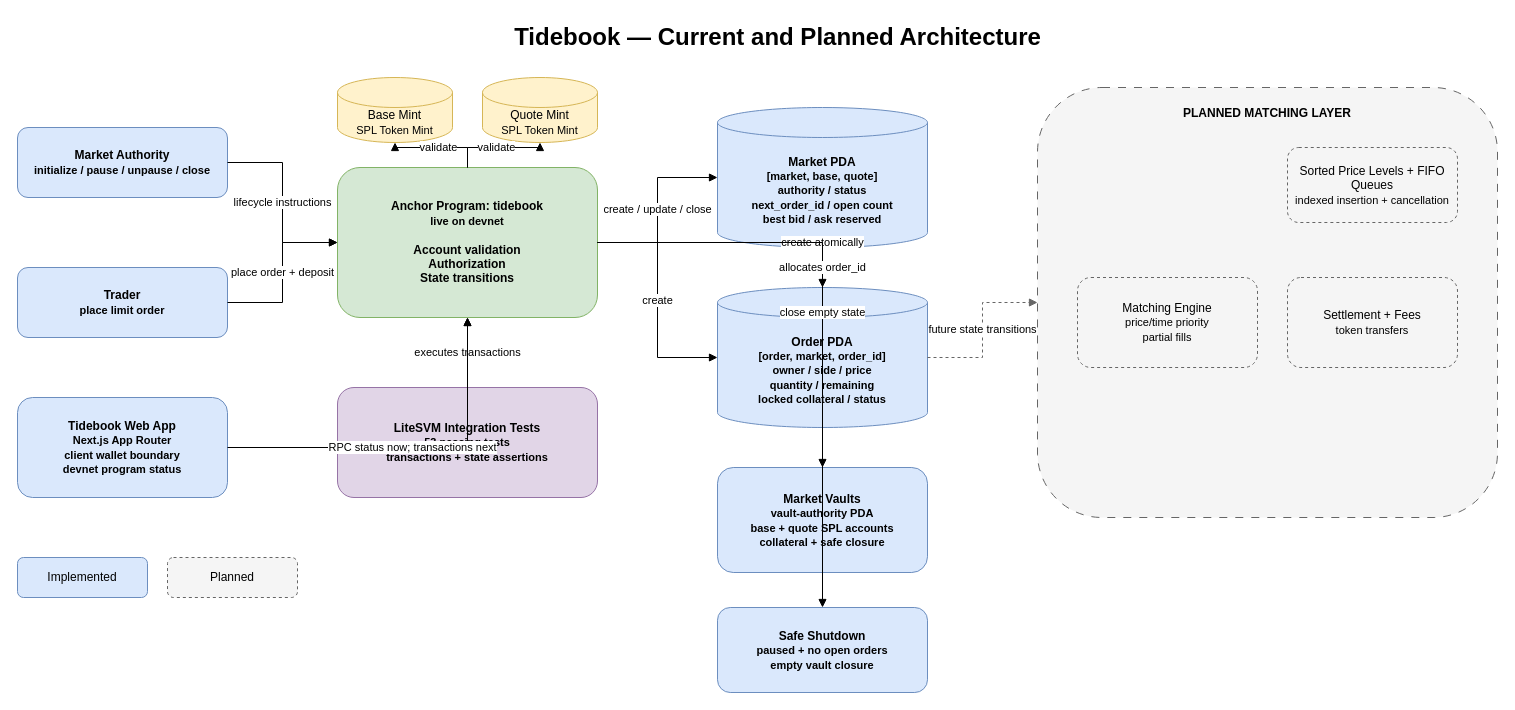
Above: docs/diagrams/tidebook-architecture.drawio in kunal171/tidebook (draw.io), before the change. Source tidied: cells renumbered, new cells numbered last; positions are measured from the earlier drawing's top-left corner, leaving out a move shared by most shapes. Both pictures are drawn from the tidied source at 100%, with x=0, y=0 at pixel (17, 17).
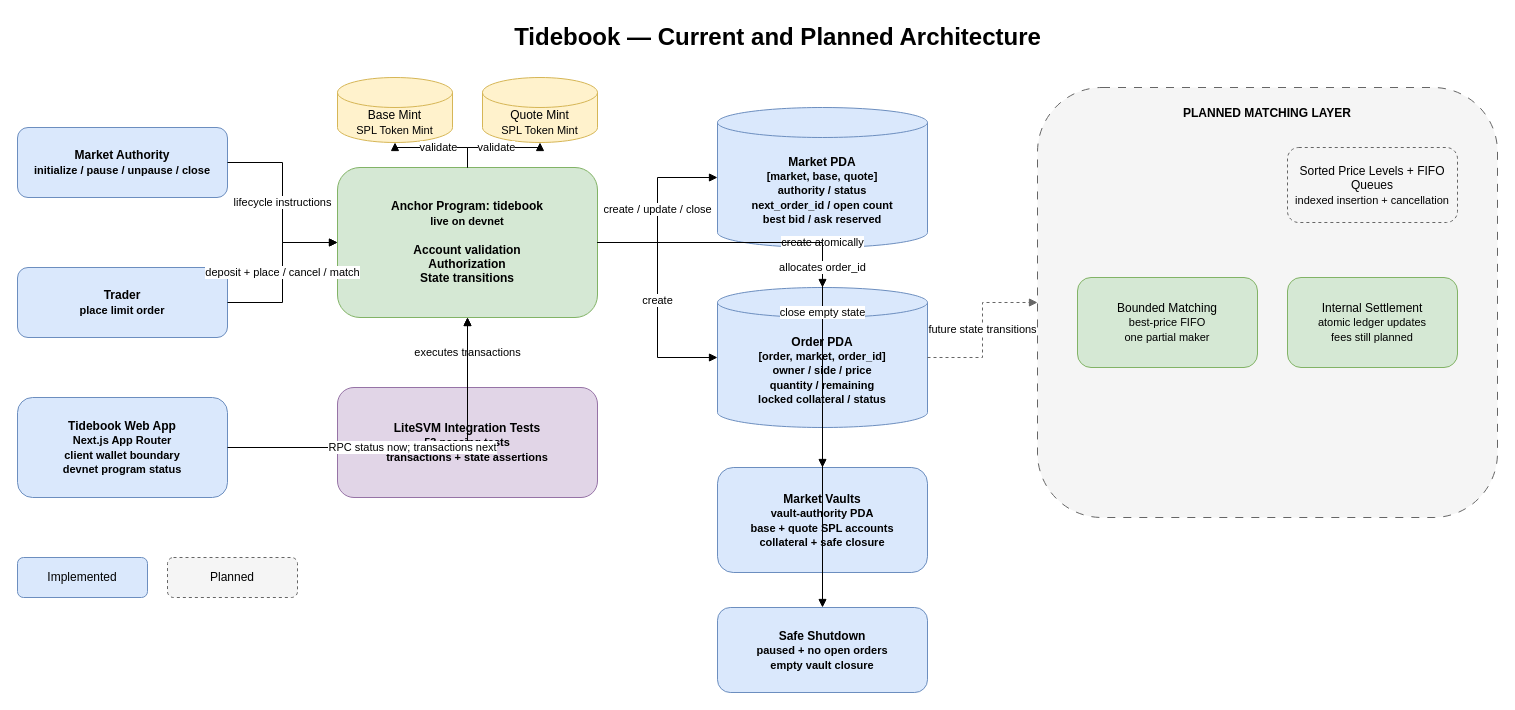
After the change.

Commit message (it also covers changes not shown here):
feat: implement bounded matching for taker fills against best FIFO maker

The change refers to these unchanged cells:
```xml
<mxCell id="4" value="Trader&lt;br&gt;&lt;font style=&quot;font-size: 11px;&quot;&gt;place limit order&lt;/font&gt;" style="rounded=1;whiteSpace=wrap;html=1;fillColor=#dae8fc;strokeColor=#6c8ebf;fontStyle=1;" parent="1" vertex="1">
  <mxGeometry y="250" width="210" height="70" as="geometry" />
</mxCell>
<mxCell id="5" value="Anchor Program: tidebook&lt;br&gt;&lt;font style=&quot;font-size: 11px;&quot;&gt;live on devnet&lt;/font&gt;&lt;br&gt;&lt;br&gt;Account validation&lt;br&gt;Authorization&lt;br&gt;State transitions" style="rounded=1;whiteSpace=wrap;html=1;fillColor=#d5e8d4;strokeColor=#82b366;fontStyle=1;" parent="1" vertex="1">
  <mxGeometry x="320" y="150" width="260" height="150" as="geometry" />
</mxCell>
```

Change to the diagram source:
```diff
@@
-    <mxCell id="15" value="Matching Engine&lt;br&gt;&lt;font style=&quot;font-size: 11px;&quot;&gt;price/time priority&lt;br&gt;partial fills&lt;/font&gt;" style="rounded=1;whiteSpace=wrap;html=1;dashed=1;fillColor=#f5f5f5;strokeColor=#666666;" parent="1" vertex="1">
+    <mxCell id="15" value="Bounded Matching&lt;br&gt;&lt;font style=&quot;font-size: 11px;&quot;&gt;best-price FIFO&lt;br&gt;one partial maker&lt;/font&gt;" style="rounded=1;whiteSpace=wrap;html=1;fillColor=#d5e8d4;strokeColor=#82b366;" parent="1" vertex="1">
       <mxGeometry x="1060" y="260" width="180" height="90" as="geometry" />
     </mxCell>
-    <mxCell id="16" value="Settlement + Fees&lt;br&gt;&lt;font style=&quot;font-size: 11px;&quot;&gt;token transfers&lt;/font&gt;" style="rounded=1;whiteSpace=wrap;html=1;dashed=1;fillColor=#f5f5f5;strokeColor=#666666;" parent="1" vertex="1">
+    <mxCell id="16" value="Internal Settlement&lt;br&gt;&lt;font style=&quot;font-size: 11px;&quot;&gt;atomic ledger updates&lt;br&gt;fees still planned&lt;/font&gt;" style="rounded=1;whiteSpace=wrap;html=1;fillColor=#d5e8d4;strokeColor=#82b366;" parent="1" vertex="1">
       <mxGeometry x="1270" y="260" width="170" height="90" as="geometry" />
     </mxCell>
@@
-    <mxCell id="21" value="place order + deposit" style="edgeStyle=orthogonalEdgeStyle;rounded=0;jettySize=auto;html=1;endArrow=block;endFill=1;" parent="1" edge="1" source="4" target="5">
+    <mxCell id="21" value="deposit + place / cancel / match" style="edgeStyle=orthogonalEdgeStyle;rounded=0;jettySize=auto;html=1;endArrow=block;endFill=1;" parent="1" edge="1" source="4" target="5">
       <mxGeometry relative="1" as="geometry" />
     </mxCell>
```
